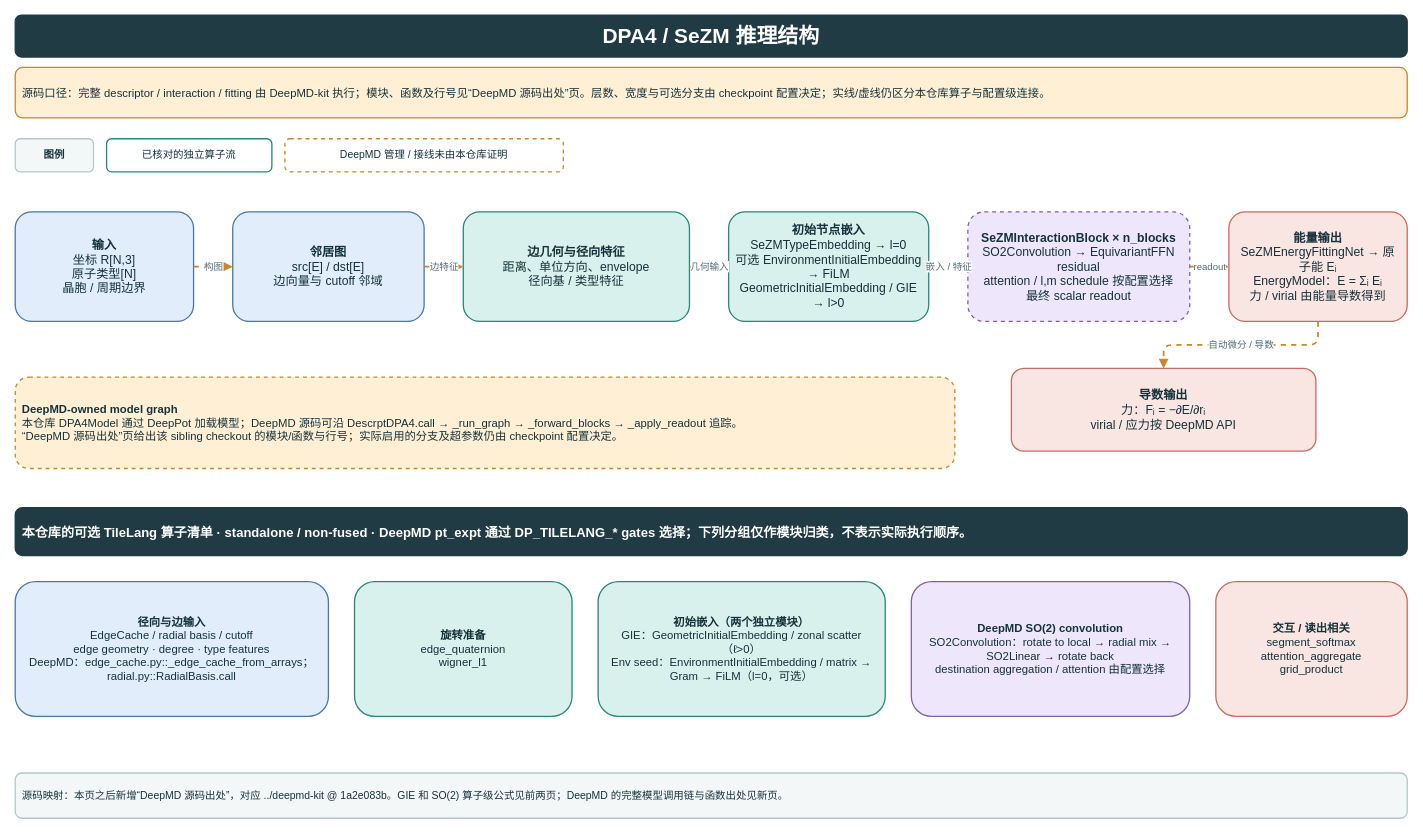
Above: page "DPA4 总览" (1 of 4) of doc/dpa4-model-architecture.drawio in lipengfei1409/bysj (draw.io), before the change. Source tidied: cells renumbered, new cells numbered last; positions are measured from the earlier drawing's top-left corner, leaving out a move shared by most shapes. Both pictures are drawn from the tidied source at 87%, with x=0, y=0 at pixel (15, 15).
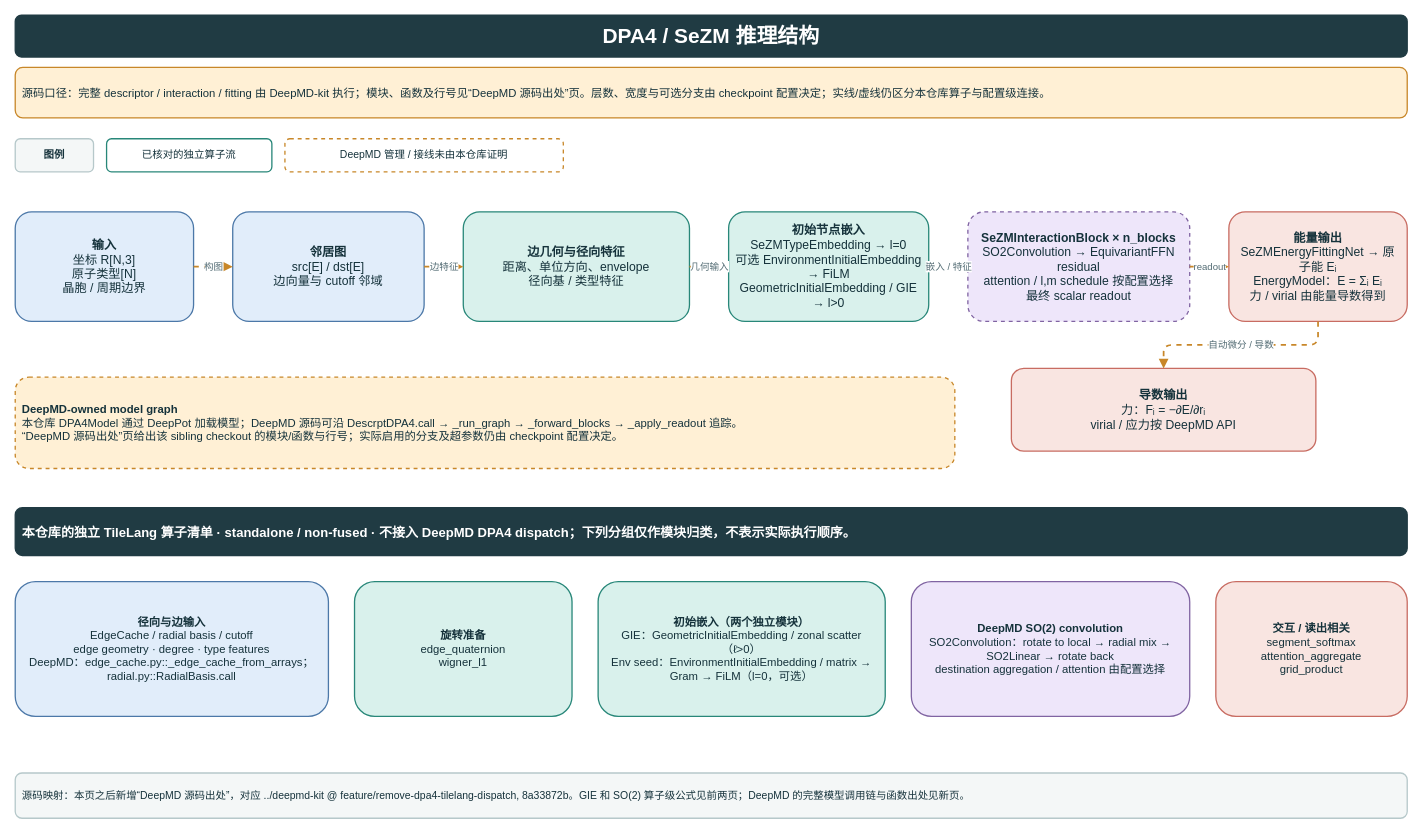
Above is the later version.

Diff of the diagram source:
```diff
@@
-    <mxCell id="21" value="&lt;b&gt;本仓库的可选 TileLang 算子清单&lt;/b&gt; · standalone / non-fused · DeepMD pt_expt 通过 DP_TILELANG_* gates 选择；下列分组仅作模块归类，不表示实际执行顺序。" style="rounded=1;whiteSpace=wrap;html=1;fillColor=#203B43;strokeColor=#203B43;fontColor=#FFFFFF;fontSize=15;align=left;verticalAlign=middle;spacing=8;fontStyle=1;dashed=0;strokeWidth=1.5;" parent="1" vertex="1">
+    <mxCell id="21" value="&lt;b&gt;本仓库的独立 TileLang 算子清单&lt;/b&gt; · standalone / non-fused · 不接入 DeepMD DPA4 dispatch；下列分组仅作模块归类，不表示实际执行顺序。" style="rounded=1;whiteSpace=wrap;html=1;fillColor=#203B43;strokeColor=#203B43;fontColor=#FFFFFF;fontSize=15;align=left;verticalAlign=middle;spacing=8;fontStyle=1;dashed=0;strokeWidth=1.5;" parent="1" vertex="1">
       <mxGeometry y="566" width="1600" height="55" as="geometry" />
     </mxCell>
@@
-    <mxCell id="27" value="源码映射：本页之后新增“DeepMD 源码出处”，对应 ../deepmd-kit @ 1a2e083b。GIE 和 SO(2) 算子级公式见前两页；DeepMD 的完整模型调用链与函数出处见新页。" style="rounded=1;whiteSpace=wrap;html=1;fillColor=#F4F7F7;strokeColor=#B6C8CA;fontColor=#15323B;fontSize=12;align=left;verticalAlign=middle;spacing=8;fontStyle=0;dashed=0;strokeWidth=1.5;" parent="1" vertex="1">
+    <mxCell id="27" value="源码映射：本页之后新增“DeepMD 源码出处”，对应 ../deepmd-kit @ feature/remove-dpa4-tilelang-dispatch, 8a33872b。GIE 和 SO(2) 算子级公式见前两页；DeepMD 的完整模型调用链与函数出处见新页。" style="rounded=1;whiteSpace=wrap;html=1;fillColor=#F4F7F7;strokeColor=#B6C8CA;fontColor=#15323B;fontSize=12;align=left;verticalAlign=middle;spacing=8;fontStyle=0;dashed=0;strokeWidth=1.5;" parent="1" vertex="1">
       <mxGeometry y="871" width="1600" height="52" as="geometry" />
     </mxCell>
```
